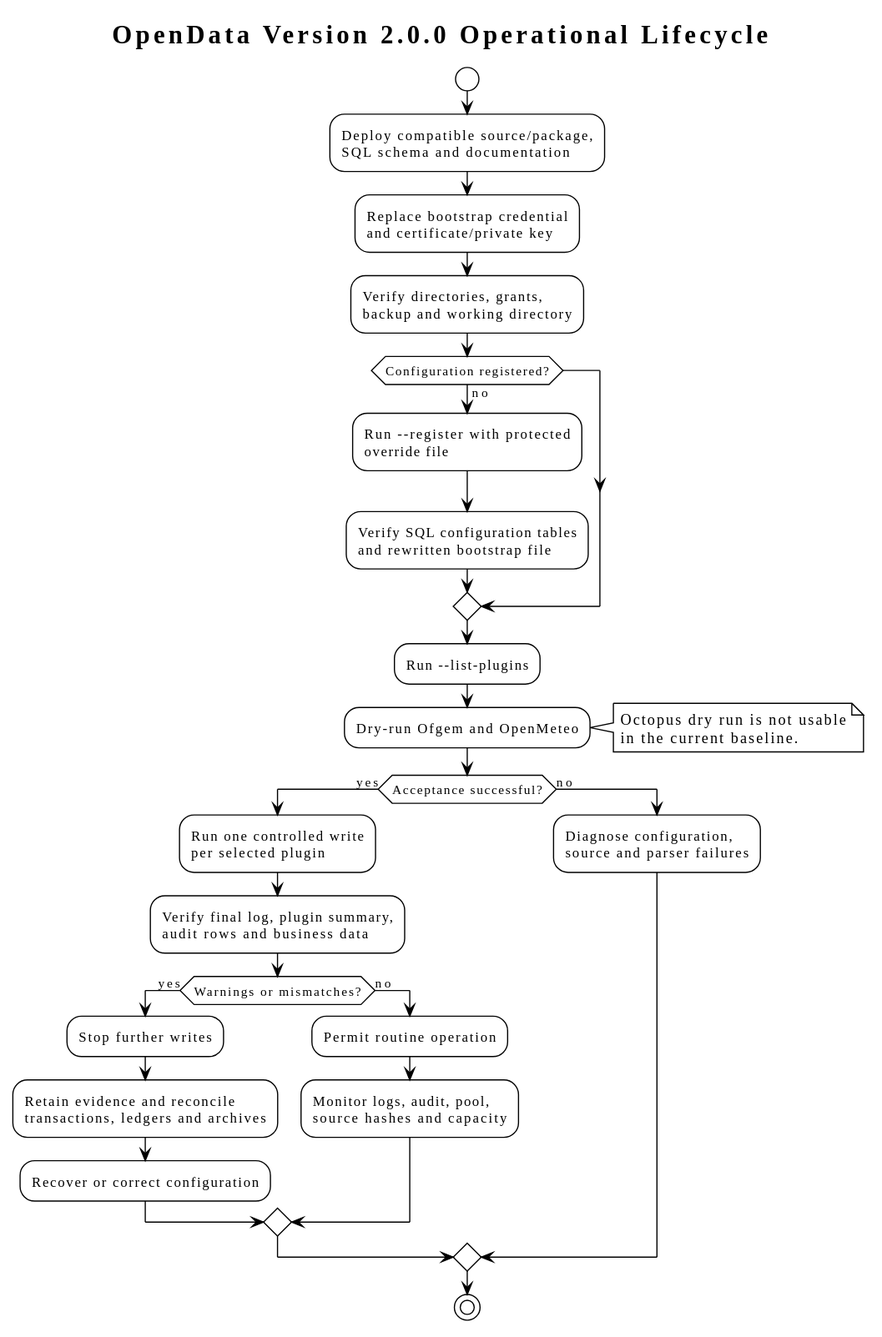
Above: docs/diagrams/generated/operational-lifecycle.svg in TerryCurranZellis/OpenData (PlantUML), before the change. Its source is kept beside it as docs/diagrams/source/operational-lifecycle.puml.
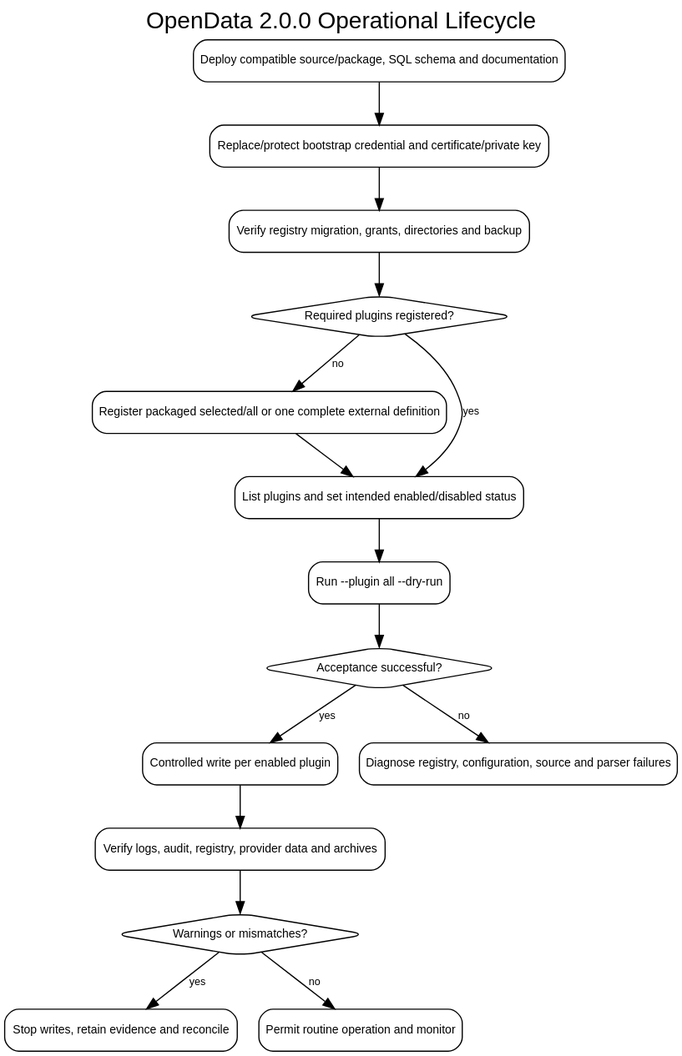
The same diagram one commit later.

What changed in the source:
```diff
@@ -1,48 +1,28 @@
 @startuml
 !theme plain
 title OpenData Version 2.0.0 Operational Lifecycle
-
 start
-:Deploy compatible source/package,
-SQL schema and documentation;
-:Replace bootstrap credential
-and certificate/private key;
-:Verify directories, grants,
-backup and working directory;
-
-if (Configuration registered?) then (no)
-  :Run --register with protected
-override file;
-  :Verify SQL configuration tables
-and rewritten bootstrap file;
+:Deploy compatible source/package, SQL schema and documentation;
+:Replace bootstrap credential and certificate/private key;
+:Verify registry migration, grants, directories and backup;
+if (Required plugins registered?) then (no)
+  :Run --plugin id|all --register;
+  :Optionally register one complete external definition;
 endif
-
 :Run --list-plugins;
-:Dry-run Ofgem and OpenMeteo;
-note right
-Octopus dry run is not usable
-in the current baseline.
-end note
-
+:Enable/disable intended operational set;
+:Run --plugin all --dry-run;
 if (Acceptance successful?) then (yes)
-  :Run one controlled write
-per selected plugin;
-  :Verify final log, plugin summary,
-audit rows and business data;
+  :Run one controlled write per enabled plugin;
+  :Verify logs, audit, registry, business data and archives;
   if (Warnings or mismatches?) then (yes)
-    :Stop further writes;
-    :Retain evidence and reconcile
-transactions, ledgers and archives;
-    :Recover or correct configuration;
+    :Stop writes and retain evidence;
+    :Reconcile transactions, ledgers and archives;
   else (no)
-    :Permit routine operation;
-    :Monitor logs, audit, pool,
-source hashes and capacity;
+    :Permit routine operation and monitor;
   endif
 else (no)
-  :Diagnose configuration,
-source and parser failures;
+  :Diagnose registry, configuration, source and parser failures;
 endif
-
 stop
 @enduml
```
